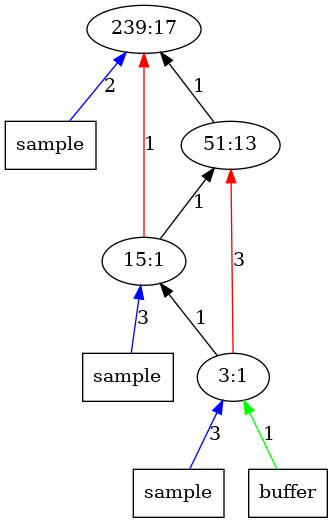
Earlier version of the Graphviz export outputImages/op17.png.png (AbhikKhan/MTP_IITG). Its source is kept beside it as outputTrees/op17.dot. Source of this version:
```dot
digraph Tree{
	rankdir="BT"
	x11 -> 1 [label = "2", color = "blue"];
	x11 [label = "sample", shape = "box"];
	1 [label = "239:17"];
	2 -> 1 [label = "1", color = "black"];
	2 [label = "51:13"];
	3 -> 2 [label = "1", color = "black"];
	3 -> 1 [label = "1", color = "red"];
	x31 -> 3 [label = "3", color = "blue"];
	x31 [label = "sample", shape = "box"];
	3 [label = "15:1"];
	4 -> 2 [label = "3", color = "red"];
	4 -> 3 [label = "1", color = "black"];
	x41 -> 4 [label = "3", color = "blue"];
	x41 [label = "sample", shape = "box"];
	x42 -> 4 [label = "1", color = "green"];
	x42 [label = "buffer", shape = "box"];
	4 [label = "3:1"];
}
```
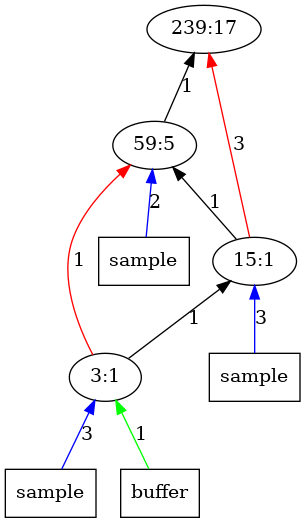
Later version of the same file.

What changed in the source:
```diff
@@ -1,16 +1,16 @@
 digraph Tree{
 	rankdir="BT"
-	x11 -> 1 [label = "2", color = "blue"];
-	x11 [label = "sample", shape = "box"];
 	1 [label = "239:17"];
 	2 -> 1 [label = "1", color = "black"];
-	2 [label = "51:13"];
+	x21 -> 2 [label = "2", color = "blue"];
+	x21 [label = "sample", shape = "box"];
+	2 [label = "59:5"];
 	3 -> 2 [label = "1", color = "black"];
-	3 -> 1 [label = "1", color = "red"];
+	3 -> 1 [label = "3", color = "red"];
 	x31 -> 3 [label = "3", color = "blue"];
 	x31 [label = "sample", shape = "box"];
 	3 [label = "15:1"];
-	4 -> 2 [label = "3", color = "red"];
+	4 -> 2 [label = "1", color = "red"];
 	4 -> 3 [label = "1", color = "black"];
 	x41 -> 4 [label = "3", color = "blue"];
 	x41 [label = "sample", shape = "box"];
```
